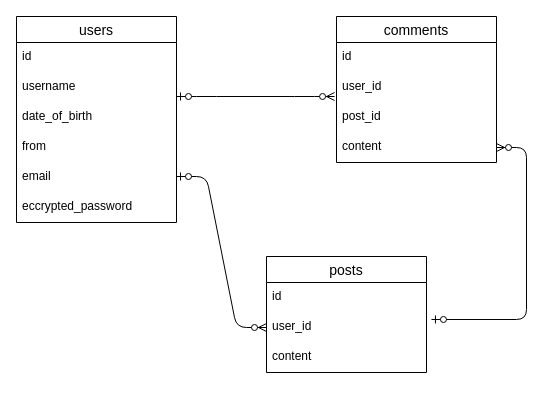
Earlier version of the draw.io diagram page "ER図" (2 of 2) of .dio (chicattita/original-app). Source tidied: cells renumbered, new cells numbered last; positions are measured from the earlier drawing's top-left corner, leaving out a move shared by most shapes. Both pictures are drawn from the tidied source at 100%, with x=0, y=0 at pixel (16, 16).
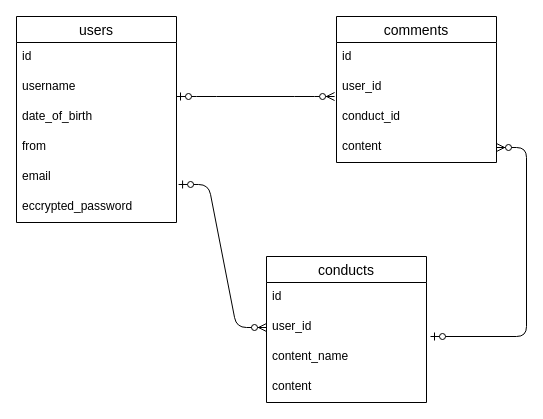
After the change.

Unchanged cells that the change refers to:
```xml
<mxCell id="4" value="user_id" style="text;strokeColor=none;fillColor=none;spacingLeft=4;spacingRight=4;overflow=hidden;points=[[0,0.5],[1,0.5]];portConstraint=eastwest;fontSize=12;" parent="2" vertex="1">
  <mxGeometry y="56" width="160" height="30" as="geometry" />
</mxCell>
<mxCell id="6" value="comments" style="swimlane;fontStyle=0;horizontal=1;startSize=26;align=center;fontSize=14;" parent="1" vertex="1">
  <mxGeometry x="320" width="160" height="146" as="geometry" />
</mxCell>
<mxCell id="16" value="email" style="text;strokeColor=none;fillColor=none;spacingLeft=4;spacingRight=4;overflow=hidden;points=[[0,0.5],[1,0.5]];portConstraint=eastwest;fontSize=12;" parent="11" vertex="1">
  <mxGeometry y="146" width="160" height="30" as="geometry" />
</mxCell>
```

Change to the diagram source:
```diff
@@
-    <mxCell id="2" value="posts" style="swimlane;fontStyle=0;horizontal=1;startSize=26;align=center;fontSize=14;" parent="1" vertex="1">
-      <mxGeometry x="250" y="240" width="160" height="116" as="geometry" />
+    <mxCell id="2" value="conducts" style="swimlane;fontStyle=0;horizontal=1;startSize=26;align=center;fontSize=14;" parent="1" vertex="1">
+      <mxGeometry x="250" y="240" width="160" height="146" as="geometry" />
     </mxCell>
@@
-    <mxCell id="5" value="content" style="text;strokeColor=none;fillColor=none;spacingLeft=4;spacingRight=4;overflow=hidden;fontSize=12;" parent="2" vertex="1">
+    <mxCell id="5" value="content_name&#10;" style="text;strokeColor=none;fillColor=none;spacingLeft=4;spacingRight=4;overflow=hidden;fontSize=12;" parent="2" vertex="1">
       <mxGeometry y="86" width="160" height="30" as="geometry" />
     </mxCell>
+    <mxCell id="21" value="content" style="text;strokeColor=none;fillColor=none;spacingLeft=4;spacingRight=4;overflow=hidden;fontSize=12;" parent="2" vertex="1">
+      <mxGeometry y="116" width="160" height="30" as="geometry" />
+    </mxCell>
@@
-    <mxCell id="9" value="post_id" style="text;strokeColor=none;fillColor=none;spacingLeft=4;spacingRight=4;overflow=hidden;fontSize=12;" parent="6" vertex="1">
+    <mxCell id="9" value="conduct_id" style="text;strokeColor=none;fillColor=none;spacingLeft=4;spacingRight=4;overflow=hidden;fontSize=12;" parent="6" vertex="1">
       <mxGeometry y="86" width="160" height="30" as="geometry" />
     </mxCell>
-    <mxCell id="10" value="content" style="text;strokeColor=none;fillColor=none;spacingLeft=4;spacingRight=4;overflow=hidden;points=[[0,0.5],[1,0.5]];portConstraint=eastwest;fontSize=12;" parent="6" vertex="1">
-      <mxGeometry y="116" width="160" height="30" as="geometry" />
-    </mxCell>
+    <mxCell id="22" value="content" style="text;strokeColor=none;fillColor=none;spacingLeft=4;spacingRight=4;overflow=hidden;points=[[0,0.5],[1,0.5]];portConstraint=eastwest;fontSize=12;" parent="6" vertex="1">
+      <mxGeometry y="116" width="160" height="30" as="geometry" />
+    </mxCell>
@@
-    <mxCell id="18" style="edgeStyle=entityRelationEdgeStyle;fontSize=12;html=1;endArrow=ERzeroToMany;startArrow=ERzeroToOne;entryX=0;entryY=0.5;entryDx=0;entryDy=0;" parent="1" edge="1" target="4">
-      <mxGeometry relative="1" as="geometry">
-        <mxPoint x="160" y="160" as="sourcePoint" />
-      </mxGeometry>
+    <mxCell id="18" style="edgeStyle=entityRelationEdgeStyle;fontSize=12;html=1;endArrow=ERzeroToMany;startArrow=ERzeroToOne;entryX=0;entryY=0.5;entryDx=0;entryDy=0;exitX=1.013;exitY=0.733;exitDx=0;exitDy=0;exitPerimeter=0;" parent="1" edge="1" source="16" target="4">
+      <mxGeometry relative="1" as="geometry" />
     </mxCell>
@@
-    <mxCell id="20" style="edgeStyle=entityRelationEdgeStyle;fontSize=12;html=1;endArrow=ERzeroToMany;startArrow=ERzeroToOne;exitX=1.031;exitY=0.233;exitDx=0;exitDy=0;exitPerimeter=0;" parent="1" edge="1" source="4" target="10">
+    <mxCell id="20" style="edgeStyle=entityRelationEdgeStyle;fontSize=12;html=1;endArrow=ERzeroToMany;startArrow=ERzeroToOne;exitX=1.025;exitY=0.8;exitDx=0;exitDy=0;exitPerimeter=0;" parent="1" edge="1" source="4" target="22">
       <mxGeometry relative="1" as="geometry" />
     </mxCell>
```
